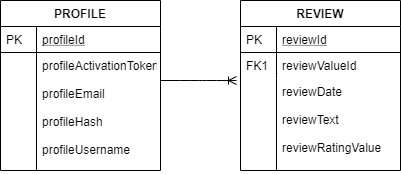
This is epic/diagram.png from ryanlmills/data-design, a draw.io export, as it was before one commit. Source tidied: cells renumbered, new cells last; positions are measured from the earlier drawing's top-left corner, leaving out a move shared by most shapes. Its diagram source:
```xml
<mxGraphModel>
  <root>
    <mxCell id="0" />
    <mxCell id="1" parent="0" />
    <mxCell id="2" value="REVIEW" style="swimlane;fontStyle=1;horizontal=1;startSize=26;rounded=0;shadow=0;strokeWidth=1;" parent="1" vertex="1">
      <mxGeometry x="240" width="160" height="170" as="geometry" />
    </mxCell>
    <mxCell id="3" value="reviewId" style="shape=partialRectangle;top=0;left=0;right=0;bottom=1;align=left;verticalAlign=top;fillColor=none;spacingLeft=40;spacingRight=4;overflow=hidden;rounded=0;shadow=0;strokeWidth=1;fontStyle=4;" parent="2" vertex="1">
      <mxGeometry y="26" width="160" height="26" as="geometry" />
    </mxCell>
    <mxCell id="4" value="PK" style="shape=partialRectangle;top=0;left=0;bottom=0;fillColor=none;align=left;verticalAlign=top;spacingLeft=4;spacingRight=4;overflow=hidden;" parent="3" vertex="1">
      <mxGeometry width="36" height="26" as="geometry" />
    </mxCell>
    <mxCell id="5" value="reviewValueId" style="shape=partialRectangle;top=0;left=0;right=0;bottom=0;align=left;verticalAlign=top;fillColor=none;spacingLeft=40;spacingRight=4;overflow=hidden;rounded=0;shadow=0;strokeWidth=1;" parent="2" vertex="1">
      <mxGeometry y="52" width="160" height="26" as="geometry" />
    </mxCell>
    <mxCell id="6" value="FK1" style="shape=partialRectangle;top=0;left=0;bottom=0;fillColor=none;align=left;verticalAlign=top;spacingLeft=4;spacingRight=4;overflow=hidden;" parent="5" vertex="1">
      <mxGeometry width="36" height="26" as="geometry" />
    </mxCell>
    <mxCell id="7" value="reviewDate&#10;&#10;reviewText&#10;&#10;reviewRatingValue" style="shape=partialRectangle;top=0;left=0;right=0;bottom=0;align=left;verticalAlign=top;fillColor=none;spacingLeft=40;spacingRight=4;overflow=hidden;points=[[0,0.5],[1,0.5]];portConstraint=eastwest;rounded=0;shadow=0;strokeWidth=1;" parent="2" vertex="1">
      <mxGeometry y="78" width="160" height="92" as="geometry" />
    </mxCell>
    <mxCell id="8" style="shape=partialRectangle;top=0;left=0;bottom=0;fillColor=none;align=left;verticalAlign=top;spacingLeft=4;spacingRight=4;overflow=hidden;" parent="7" vertex="1">
      <mxGeometry width="36" height="92" as="geometry" />
    </mxCell>
    <mxCell id="9" value="PROFILE" style="swimlane;fontStyle=1;horizontal=1;startSize=26;rounded=0;shadow=0;strokeWidth=1;" parent="1" vertex="1">
      <mxGeometry width="160" height="170" as="geometry" />
    </mxCell>
    <mxCell id="10" value="profileId" style="shape=partialRectangle;top=0;left=0;right=0;bottom=1;align=left;verticalAlign=top;fillColor=none;spacingLeft=40;spacingRight=4;overflow=hidden;rounded=0;shadow=0;strokeWidth=1;fontStyle=4;" parent="9" vertex="1">
      <mxGeometry y="26" width="160" height="26" as="geometry" />
    </mxCell>
    <mxCell id="11" value="PK" style="shape=partialRectangle;top=0;left=0;bottom=0;fillColor=none;align=left;verticalAlign=top;spacingLeft=4;spacingRight=4;overflow=hidden;" parent="10" vertex="1">
      <mxGeometry width="36" height="26" as="geometry" />
    </mxCell>
    <mxCell id="12" value="profileActivationToken&#10;&#10;profileEmail&#10;&#10;profileHash&#10;&#10;profileUsername" style="shape=partialRectangle;top=0;left=0;right=0;bottom=0;align=left;verticalAlign=top;fillColor=none;spacingLeft=40;spacingRight=4;overflow=hidden;rounded=0;shadow=0;strokeWidth=1;" parent="9" vertex="1">
      <mxGeometry y="52" width="160" height="118" as="geometry" />
    </mxCell>
    <mxCell id="13" style="shape=partialRectangle;top=0;left=0;bottom=0;fillColor=none;align=left;verticalAlign=top;spacingLeft=4;spacingRight=4;overflow=hidden;" parent="12" vertex="1">
      <mxGeometry width="36" height="118" as="geometry" />
    </mxCell>
    <mxCell id="14" style="edgeStyle=entityRelationEdgeStyle;fontSize=12;html=1;endArrow=ERoneToMany;entryX=-0.025;entryY=0.022;entryDx=0;entryDy=0;entryPerimeter=0;" parent="1" edge="1" target="7">
      <mxGeometry relative="1" as="geometry">
        <mxPoint x="160" y="80" as="sourcePoint" />
      </mxGeometry>
    </mxCell>
  </root>
</mxGraphModel>
```
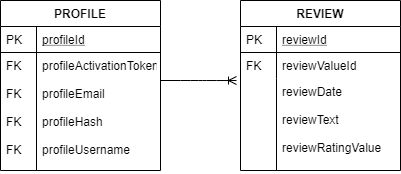
The same diagram one commit later.

What changed in the source:
```diff
@@ -14,7 +14,7 @@
     <mxCell id="5" value="reviewValueId" style="shape=partialRectangle;top=0;left=0;right=0;bottom=0;align=left;verticalAlign=top;fillColor=none;spacingLeft=40;spacingRight=4;overflow=hidden;rounded=0;shadow=0;strokeWidth=1;" parent="2" vertex="1">
       <mxGeometry y="52" width="160" height="26" as="geometry" />
     </mxCell>
-    <mxCell id="6" value="FK1" style="shape=partialRectangle;top=0;left=0;bottom=0;fillColor=none;align=left;verticalAlign=top;spacingLeft=4;spacingRight=4;overflow=hidden;" parent="5" vertex="1">
+    <mxCell id="6" value="FK&#10;&#10;Fk&#10;&#10;FK&#10;&#10;FK" style="shape=partialRectangle;top=0;left=0;bottom=0;fillColor=none;align=left;verticalAlign=top;spacingLeft=4;spacingRight=4;overflow=hidden;" parent="5" vertex="1">
       <mxGeometry width="36" height="26" as="geometry" />
     </mxCell>
     <mxCell id="7" value="reviewDate&#10;&#10;reviewText&#10;&#10;reviewRatingValue" style="shape=partialRectangle;top=0;left=0;right=0;bottom=0;align=left;verticalAlign=top;fillColor=none;spacingLeft=40;spacingRight=4;overflow=hidden;points=[[0,0.5],[1,0.5]];portConstraint=eastwest;rounded=0;shadow=0;strokeWidth=1;" parent="2" vertex="1">
@@ -35,7 +35,7 @@
     <mxCell id="12" value="profileActivationToken&#10;&#10;profileEmail&#10;&#10;profileHash&#10;&#10;profileUsername" style="shape=partialRectangle;top=0;left=0;right=0;bottom=0;align=left;verticalAlign=top;fillColor=none;spacingLeft=40;spacingRight=4;overflow=hidden;rounded=0;shadow=0;strokeWidth=1;" parent="9" vertex="1">
       <mxGeometry y="52" width="160" height="118" as="geometry" />
     </mxCell>
-    <mxCell id="13" style="shape=partialRectangle;top=0;left=0;bottom=0;fillColor=none;align=left;verticalAlign=top;spacingLeft=4;spacingRight=4;overflow=hidden;" parent="12" vertex="1">
+    <mxCell id="13" value="FK&#10;&#10;FK&#10;&#10;FK&#10;&#10;FK" style="shape=partialRectangle;top=0;left=0;bottom=0;fillColor=none;align=left;verticalAlign=top;spacingLeft=4;spacingRight=4;overflow=hidden;" parent="12" vertex="1">
       <mxGeometry width="36" height="118" as="geometry" />
     </mxCell>
     <mxCell id="14" style="edgeStyle=entityRelationEdgeStyle;fontSize=12;html=1;endArrow=ERoneToMany;entryX=-0.025;entryY=0.022;entryDx=0;entryDy=0;entryPerimeter=0;" parent="1" edge="1" target="7">
```
